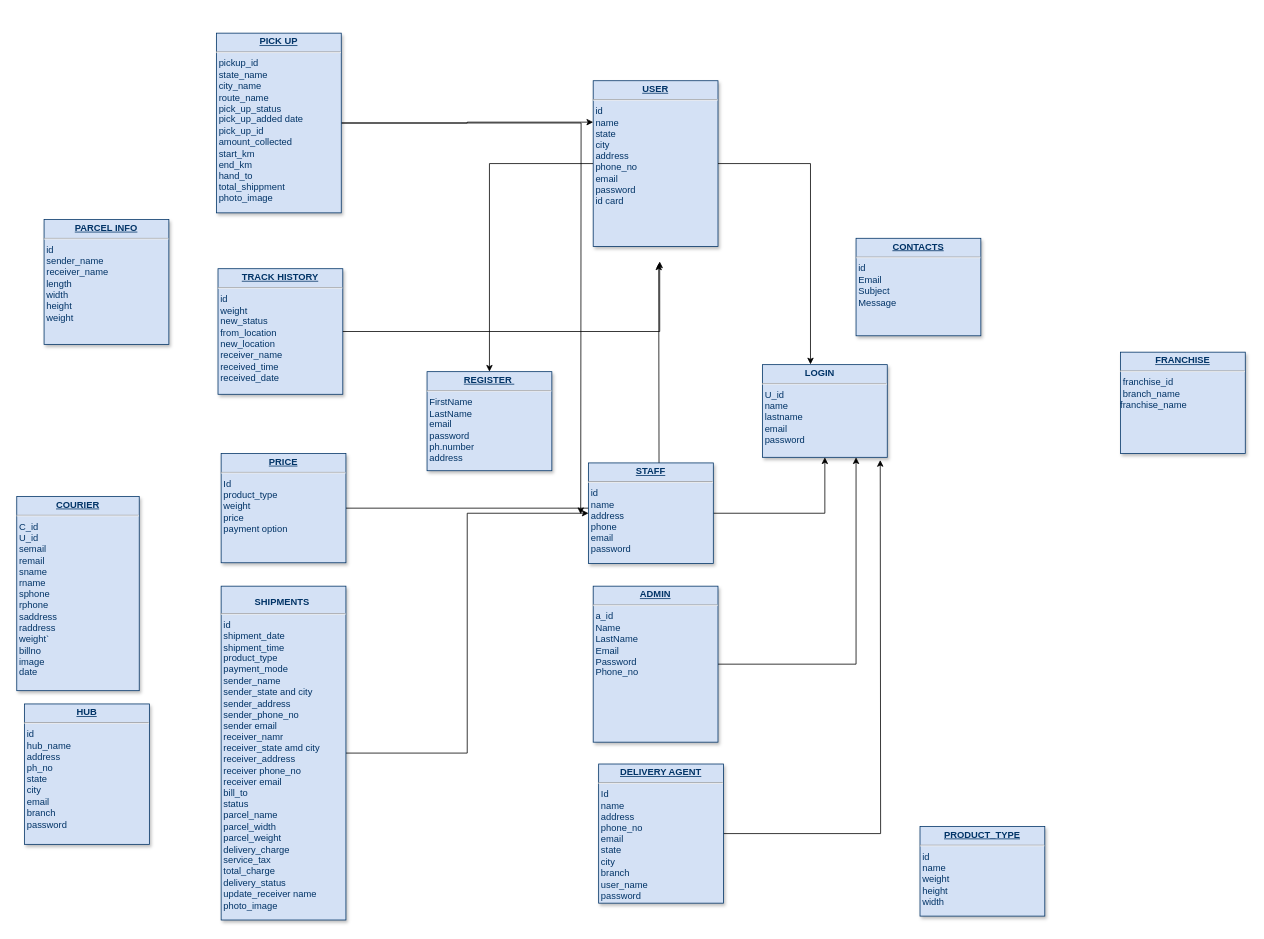
Above: Untitled Diagram.drawio in Manjima277/tic (draw.io), before the change. Source tidied: cells renumbered, new cells numbered last; positions are measured from the earlier drawing's top-left corner, leaving out a move shared by most shapes. Both pictures are drawn from the tidied source at 78%, with x=0, y=0 at pixel (16, 33).
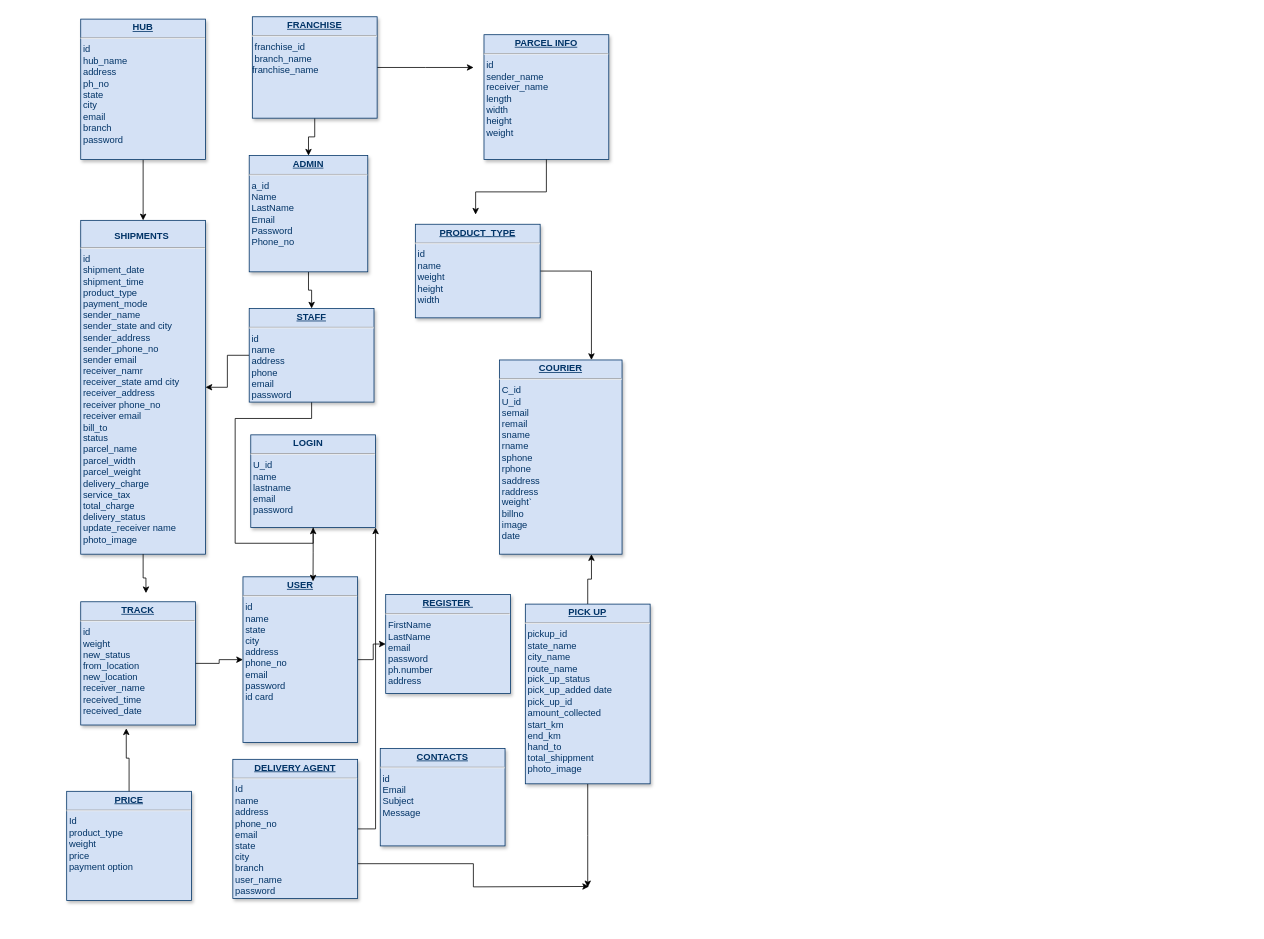
After the change.

The edit, as a diff of the source:
```diff
@@
-    <mxCell id="2" style="edgeStyle=orthogonalEdgeStyle;rounded=0;jettySize=auto;html=1;exitX=1;exitY=0.5;exitDx=0;exitDy=0;" parent="1" edge="1" source="3">
-      <mxGeometry relative="1" as="geometry">
-        <mxPoint x="1107" y="547.3" as="targetPoint" />
-      </mxGeometry>
-    </mxCell>
+    <mxCell id="28" style="edgeStyle=orthogonalEdgeStyle;rounded=0;jettySize=auto;html=1;exitX=1;exitY=0.5;exitDx=0;exitDy=0;entryX=1;entryY=1;entryDx=0;entryDy=0;" parent="1" edge="1" source="3" target="22">
+      <mxGeometry relative="1" as="geometry" />
+    </mxCell>
+    <mxCell id="29" style="edgeStyle=orthogonalEdgeStyle;rounded=0;jettySize=auto;html=1;exitX=1;exitY=0.75;exitDx=0;exitDy=0;" parent="1" edge="1" source="3">
+      <mxGeometry relative="1" as="geometry">
+        <mxPoint x="733.7" y="1094" as="targetPoint" />
+      </mxGeometry>
+    </mxCell>
     <mxCell id="3" value="&lt;p style=&quot;margin: 0px; margin-top: 4px; text-align: center; text-decoration: underline;&quot;&gt;&lt;b&gt;DELIVERY AGENT&lt;/b&gt;&lt;/p&gt;&lt;hr&gt;&amp;nbsp;Id&lt;div&gt;&amp;nbsp;name&lt;/div&gt;&lt;div&gt;&amp;nbsp;address&lt;/div&gt;&lt;div&gt;&amp;nbsp;phone_no&lt;/div&gt;&lt;div&gt;&amp;nbsp;email&lt;/div&gt;&lt;div&gt;&amp;nbsp;state&lt;/div&gt;&lt;div&gt;&amp;nbsp;city&lt;/div&gt;&lt;div&gt;&amp;nbsp;branch&lt;/div&gt;&lt;div&gt;&amp;nbsp;user_name&lt;/div&gt;&lt;div&gt;&amp;nbsp;password&lt;/div&gt;&lt;div&gt;&amp;nbsp;&lt;/div&gt;" style="verticalAlign=top;align=left;overflow=fill;fontSize=12;fontFamily=Helvetica;html=1;strokeColor=#003366;shadow=1;fillColor=#D4E1F5;fontColor=#003366;" parent="1" vertex="1">
-      <mxGeometry x="746" y="937" width="160" height="178.4" as="geometry" />
+      <mxGeometry x="277" y="931" width="160" height="178.4" as="geometry" />
     </mxCell>
     <mxCell id="4" value="&lt;p style=&quot;margin: 0px; margin-top: 4px; text-align: center; text-decoration: underline;&quot;&gt;&lt;b&gt;CONTACTS&lt;/b&gt;&lt;/p&gt;&lt;hr&gt;&amp;nbsp;id&lt;div&gt;&amp;nbsp;Email&lt;/div&gt;&lt;div&gt;&amp;nbsp;Subject&lt;/div&gt;&lt;div&gt;&amp;nbsp;Message&lt;/div&gt;" style="verticalAlign=top;align=left;overflow=fill;fontSize=12;fontFamily=Helvetica;html=1;strokeColor=#003366;shadow=1;fillColor=#D4E1F5;fontColor=#003366;" parent="1" vertex="1">
-      <mxGeometry x="1076" y="263" width="160" height="125" as="geometry" />
+      <mxGeometry x="466" y="917" width="160" height="125" as="geometry" />
     </mxCell>
     <mxCell id="5" value="&lt;p style=&quot;margin: 0px; margin-top: 4px; text-align: center; text-decoration: underline;&quot;&gt;&lt;b&gt;PARCEL INFO&lt;/b&gt;&lt;/p&gt;&lt;hr&gt;&amp;nbsp;id&lt;div&gt;&amp;nbsp;sender_name&lt;/div&gt;&lt;div&gt;&amp;nbsp;receiver_name&lt;/div&gt;&lt;div&gt;&amp;nbsp;length&lt;/div&gt;&lt;div&gt;&amp;nbsp;width&lt;/div&gt;&lt;div&gt;&amp;nbsp;height&amp;nbsp;&lt;/div&gt;&lt;div&gt;&amp;nbsp;weight&lt;/div&gt;" style="verticalAlign=top;align=left;overflow=fill;fontSize=12;fontFamily=Helvetica;html=1;strokeColor=#003366;shadow=1;fillColor=#D4E1F5;fontColor=#003366;" parent="1" vertex="1">
-      <mxGeometry x="35" y="239" width="160" height="160" as="geometry" />
+      <mxGeometry x="599" y="2" width="160" height="160" as="geometry" />
     </mxCell>
-    <mxCell id="6" style="edgeStyle=orthogonalEdgeStyle;rounded=0;jettySize=auto;html=1;entryX=0.5;entryY=0;entryDx=0;entryDy=0;" parent="1" edge="1" source="7" target="21">
+    <mxCell id="6" style="edgeStyle=orthogonalEdgeStyle;rounded=0;jettySize=auto;html=1;exitX=1;exitY=0.5;exitDx=0;exitDy=0;" parent="1" edge="1" source="7" target="21">
       <mxGeometry relative="1" as="geometry" />
     </mxCell>
     <mxCell id="7" value="&lt;p style=&quot;margin: 0px; margin-top: 4px; text-align: center; text-decoration: underline;&quot;&gt;&lt;b&gt;USER&lt;/b&gt;&lt;/p&gt;&lt;hr&gt;&amp;nbsp;id&lt;div&gt;&amp;nbsp;name&lt;/div&gt;&lt;div&gt;&amp;nbsp;state&lt;/div&gt;&lt;div&gt;&amp;nbsp;city&lt;/div&gt;&lt;div&gt;&amp;nbsp;address&lt;/div&gt;&lt;div&gt;&amp;nbsp;phone_no&lt;/div&gt;&lt;div&gt;&amp;nbsp;email&lt;/div&gt;&lt;div&gt;&amp;nbsp;password&lt;/div&gt;&lt;div&gt;&amp;nbsp;id card&lt;/div&gt;&lt;div&gt;&amp;nbsp;&lt;/div&gt;" style="verticalAlign=top;align=left;overflow=fill;fontSize=12;fontFamily=Helvetica;html=1;strokeColor=#003366;shadow=1;fillColor=#D4E1F5;fontColor=#003366;" parent="1" vertex="1">
-      <mxGeometry x="739" y="61" width="160" height="212.4" as="geometry" />
+      <mxGeometry x="290" y="697" width="147" height="212.4" as="geometry" />
     </mxCell>
     <mxCell id="8" value="&lt;p style=&quot;margin: 0px; margin-top: 4px; text-align: center; text-decoration: underline;&quot;&gt;&lt;b&gt;COURIER&lt;/b&gt;&lt;/p&gt;&lt;hr&gt;&amp;nbsp;C_id&lt;div&gt;&amp;nbsp;U_id&lt;/div&gt;&lt;div&gt;&amp;nbsp;&lt;span style=&quot;background-color: initial;&quot;&gt;semail&lt;/span&gt;&lt;/div&gt;&lt;div&gt;&amp;nbsp;remail&lt;/div&gt;&lt;div&gt;&amp;nbsp;sname&lt;/div&gt;&lt;div&gt;&amp;nbsp;rname&lt;/div&gt;&lt;div&gt;&amp;nbsp;sphone&lt;/div&gt;&lt;div&gt;&amp;nbsp;rphone&lt;/div&gt;&lt;div&gt;&amp;nbsp;saddress&lt;/div&gt;&lt;div&gt;&amp;nbsp;raddress&lt;/div&gt;&lt;div&gt;&amp;nbsp;weight`&amp;nbsp;&lt;/div&gt;&lt;div&gt;&amp;nbsp;billno&lt;/div&gt;&lt;div&gt;&amp;nbsp;image&lt;/div&gt;&lt;div&gt;&amp;nbsp;date&lt;/div&gt;" style="verticalAlign=top;align=left;overflow=fill;fontSize=12;fontFamily=Helvetica;html=1;strokeColor=#003366;shadow=1;fillColor=#D4E1F5;fontColor=#003366;" parent="1" vertex="1">
-      <mxGeometry y="594" width="157" height="249" as="geometry" />
+      <mxGeometry x="619" y="419" width="157" height="249" as="geometry" />
     </mxCell>
-    <mxCell id="9" style="edgeStyle=orthogonalEdgeStyle;rounded=0;jettySize=auto;html=1;exitX=1;exitY=0.5;exitDx=0;exitDy=0;entryX=0;entryY=0.25;entryDx=0;entryDy=0;" parent="1" edge="1" source="11" target="7">
-      <mxGeometry relative="1" as="geometry" />
-    </mxCell>
-    <mxCell id="10" style="edgeStyle=orthogonalEdgeStyle;rounded=0;jettySize=auto;html=1;" parent="1" edge="1" source="11">
-      <mxGeometry relative="1" as="geometry">
-        <mxPoint x="723" y="616.7" as="targetPoint" />
-      </mxGeometry>
-    </mxCell>
+    <mxCell id="30" style="edgeStyle=orthogonalEdgeStyle;rounded=0;jettySize=auto;html=1;exitX=0.5;exitY=0;exitDx=0;exitDy=0;entryX=0.75;entryY=1;entryDx=0;entryDy=0;" parent="1" edge="1" source="11" target="8">
+      <mxGeometry relative="1" as="geometry" />
+    </mxCell>
+    <mxCell id="31" style="edgeStyle=orthogonalEdgeStyle;rounded=0;jettySize=auto;html=1;" parent="1" edge="1" source="11">
+      <mxGeometry relative="1" as="geometry">
+        <mxPoint x="732" y="1095" as="targetPoint" />
+      </mxGeometry>
+    </mxCell>
     <mxCell id="11" value="&lt;p style=&quot;margin: 0px; margin-top: 4px; text-align: center; text-decoration: underline;&quot;&gt;&lt;b&gt;PICK UP&lt;/b&gt;&lt;/p&gt;&lt;hr&gt;&amp;nbsp;pickup_id&amp;nbsp;&lt;div&gt;&amp;nbsp;state_name&lt;/div&gt;&lt;div&gt;&amp;nbsp;city_name&lt;/div&gt;&lt;div&gt;&amp;nbsp;route_name&lt;/div&gt;&lt;div&gt;&amp;nbsp;pick_up_status&lt;/div&gt;&lt;div&gt;&amp;nbsp;pick_up_added date&lt;/div&gt;&lt;div&gt;&amp;nbsp;pick_up_id&lt;/div&gt;&lt;div&gt;&amp;nbsp;amount_collected&lt;/div&gt;&lt;div&gt;&amp;nbsp;start_km&lt;/div&gt;&lt;div&gt;&amp;nbsp;end_km&lt;/div&gt;&lt;div&gt;&amp;nbsp;hand_to&lt;/div&gt;&lt;div&gt;&amp;nbsp;total_shippment&lt;/div&gt;&lt;div&gt;&amp;nbsp;photo_image&lt;/div&gt;" style="verticalAlign=top;align=left;overflow=fill;fontSize=12;fontFamily=Helvetica;html=1;strokeColor=#003366;shadow=1;fillColor=#D4E1F5;fontColor=#003366;" parent="1" vertex="1">
-      <mxGeometry x="256" width="160" height="230.4" as="geometry" />
+      <mxGeometry x="652" y="732" width="160" height="230.4" as="geometry" />
     </mxCell>
-    <mxCell id="12" style="edgeStyle=orthogonalEdgeStyle;rounded=0;jettySize=auto;html=1;entryX=0;entryY=0.5;entryDx=0;entryDy=0;" parent="1" edge="1" source="13" target="25">
-      <mxGeometry relative="1" as="geometry" />
-    </mxCell>
     <mxCell id="13" value="&amp;nbsp; &amp;nbsp; &amp;nbsp; &amp;nbsp; &amp;nbsp; &amp;nbsp;&lt;div&gt;&amp;nbsp; &amp;nbsp; &amp;nbsp; &amp;nbsp; &amp;nbsp; &amp;nbsp; &lt;b&gt;&amp;nbsp;SHIPMENTS&lt;/b&gt;&lt;/div&gt;&lt;hr&gt;&amp;nbsp;id&lt;div&gt;&amp;nbsp;shipment_date&lt;/div&gt;&lt;div&gt;&amp;nbsp;shipment_time&lt;/div&gt;&lt;div&gt;&amp;nbsp;product_type&lt;/div&gt;&lt;div&gt;&amp;nbsp;payment_mode&lt;/div&gt;&lt;div&gt;&amp;nbsp;sender_name&lt;/div&gt;&lt;div&gt;&amp;nbsp;sender_state and city&lt;/div&gt;&lt;div&gt;&amp;nbsp;sender_address&lt;/div&gt;&lt;div&gt;&amp;nbsp;sender_phone_no&lt;/div&gt;&lt;div&gt;&amp;nbsp;sender email&lt;/div&gt;&lt;div&gt;&amp;nbsp;receiver_namr&lt;/div&gt;&lt;div&gt;&amp;nbsp;receiver_state amd city&lt;/div&gt;&lt;div&gt;&amp;nbsp;receiver_address&lt;/div&gt;&lt;div&gt;&amp;nbsp;receiver phone_no&lt;/div&gt;&lt;div&gt;&amp;nbsp;receiver email&lt;/div&gt;&lt;div&gt;&amp;nbsp;bill_to&lt;/div&gt;&lt;div&gt;&amp;nbsp;status&lt;/div&gt;&lt;div&gt;&amp;nbsp;parcel_name&lt;/div&gt;&lt;div&gt;&amp;nbsp;parcel_width&lt;/div&gt;&lt;div&gt;&amp;nbsp;parcel_weight&lt;/div&gt;&lt;div&gt;&amp;nbsp;delivery_charge&lt;/div&gt;&lt;div&gt;&amp;nbsp;service_tax&lt;/div&gt;&lt;div&gt;&amp;nbsp;total_charge&lt;/div&gt;&lt;div&gt;&amp;nbsp;delivery_status&lt;/div&gt;&lt;div&gt;&amp;nbsp;update_receiver name&lt;/div&gt;&lt;div&gt;&amp;nbsp;photo_image&lt;/div&gt;&lt;div&gt;&amp;nbsp;&lt;/div&gt;&lt;div&gt;&lt;br&gt;&lt;/div&gt;" style="verticalAlign=top;align=left;overflow=fill;fontSize=12;fontFamily=Helvetica;html=1;strokeColor=#003366;shadow=1;fillColor=#D4E1F5;fontColor=#003366;" parent="1" vertex="1">
-      <mxGeometry x="262" y="709" width="160" height="428" as="geometry" />
+      <mxGeometry x="82" y="240" width="160" height="428" as="geometry" />
     </mxCell>
+    <mxCell id="32" style="edgeStyle=orthogonalEdgeStyle;rounded=0;jettySize=auto;html=1;exitX=0.5;exitY=1;exitDx=0;exitDy=0;entryX=0.5;entryY=0;entryDx=0;entryDy=0;" parent="1" edge="1" source="14" target="13">
+      <mxGeometry relative="1" as="geometry" />
+    </mxCell>
     <mxCell id="14" value="&lt;p style=&quot;margin: 0px; margin-top: 4px; text-align: center; text-decoration: underline;&quot;&gt;&lt;b&gt;HUB&lt;/b&gt;&lt;/p&gt;&lt;hr&gt;&amp;nbsp;id&lt;div&gt;&amp;nbsp;hub_name&lt;/div&gt;&lt;div&gt;&amp;nbsp;address&lt;/div&gt;&lt;div&gt;&amp;nbsp;ph_no&lt;/div&gt;&lt;div&gt;&amp;nbsp;state&lt;/div&gt;&lt;div&gt;&amp;nbsp;city&lt;/div&gt;&lt;div&gt;&amp;nbsp;email&lt;/div&gt;&lt;div&gt;&amp;nbsp;branch&lt;/div&gt;&lt;div&gt;&amp;nbsp;password&lt;/div&gt;" style="verticalAlign=top;align=left;overflow=fill;fontSize=12;fontFamily=Helvetica;html=1;strokeColor=#003366;shadow=1;fillColor=#D4E1F5;fontColor=#003366;" parent="1" vertex="1">
-      <mxGeometry x="10" y="860" width="160" height="180" as="geometry" />
+      <mxGeometry x="82" y="-18" width="160" height="180" as="geometry" />
     </mxCell>
-    <mxCell id="15" style="edgeStyle=orthogonalEdgeStyle;rounded=0;jettySize=auto;html=1;entryX=0.75;entryY=1;entryDx=0;entryDy=0;" parent="1" edge="1" source="16" target="22">
-      <mxGeometry relative="1" as="geometry" />
-    </mxCell>
+    <mxCell id="33" style="edgeStyle=orthogonalEdgeStyle;rounded=0;jettySize=auto;html=1;exitX=0.5;exitY=1;exitDx=0;exitDy=0;entryX=0.5;entryY=0;entryDx=0;entryDy=0;" parent="1" edge="1" source="16" target="25">
+      <mxGeometry relative="1" as="geometry" />
+    </mxCell>
     <mxCell id="16" value="&lt;p style=&quot;margin: 0px; margin-top: 4px; text-align: center; text-decoration: underline;&quot;&gt;&lt;b&gt;ADMIN&lt;/b&gt;&lt;/p&gt;&lt;hr&gt;&amp;nbsp;a_id&lt;div&gt;&amp;nbsp;Name&amp;nbsp;&lt;/div&gt;&lt;div&gt;&amp;nbsp;LastName&lt;/div&gt;&lt;div&gt;&amp;nbsp;Email&lt;/div&gt;&lt;div&gt;&amp;nbsp;Password&lt;/div&gt;&lt;div&gt;&amp;nbsp;Phone_no&lt;br&gt;&lt;br&gt;&lt;/div&gt;" style="verticalAlign=top;align=left;overflow=fill;fontSize=12;fontFamily=Helvetica;html=1;strokeColor=#003366;shadow=1;fillColor=#D4E1F5;fontColor=#003366;" parent="1" vertex="1">
-      <mxGeometry x="739" y="709" width="160" height="200" as="geometry" />
+      <mxGeometry x="298" y="157" width="152" height="149" as="geometry" />
     </mxCell>
+    <mxCell id="34" style="edgeStyle=orthogonalEdgeStyle;rounded=0;jettySize=auto;html=1;exitX=0.5;exitY=1;exitDx=0;exitDy=0;entryX=0.5;entryY=0;entryDx=0;entryDy=0;" parent="1" edge="1" source="17" target="16">
+      <mxGeometry relative="1" as="geometry" />
+    </mxCell>
+    <mxCell id="35" style="edgeStyle=orthogonalEdgeStyle;rounded=0;jettySize=auto;html=1;exitX=1;exitY=0.5;exitDx=0;exitDy=0;" parent="1" edge="1" source="17">
+      <mxGeometry relative="1" as="geometry">
+        <mxPoint x="585.7" y="44" as="targetPoint" />
+      </mxGeometry>
+    </mxCell>
     <mxCell id="17" value="&lt;p style=&quot;margin: 0px; margin-top: 4px; text-align: center; text-decoration: underline;&quot;&gt;&lt;b&gt;FRANCHISE&lt;/b&gt;&lt;/p&gt;&lt;hr&gt;&amp;nbsp;franchise_id&lt;div&gt;&amp;nbsp;branch_name&lt;/div&gt;&lt;div&gt;franchise_name&lt;/div&gt;" style="verticalAlign=top;align=left;overflow=fill;fontSize=12;fontFamily=Helvetica;html=1;strokeColor=#003366;shadow=1;fillColor=#D4E1F5;fontColor=#003366;" parent="1" vertex="1">
-      <mxGeometry x="1415" y="409" width="160" height="130" as="geometry" />
+      <mxGeometry x="302" y="-21" width="160" height="130" as="geometry" />
     </mxCell>
+    <mxCell id="36" style="edgeStyle=orthogonalEdgeStyle;rounded=0;jettySize=auto;html=1;exitX=1;exitY=0.5;exitDx=0;exitDy=0;entryX=0.75;entryY=0;entryDx=0;entryDy=0;" parent="1" edge="1" source="18" target="8">
+      <mxGeometry relative="1" as="geometry" />
+    </mxCell>
     <mxCell id="18" value="&lt;p style=&quot;margin: 0px; margin-top: 4px; text-align: center; text-decoration: underline;&quot;&gt;&lt;b&gt;PRODUCT_TYPE&lt;/b&gt;&lt;/p&gt;&lt;hr&gt;&amp;nbsp;id&lt;div&gt;&amp;nbsp;name&lt;/div&gt;&lt;div&gt;&amp;nbsp;weight&lt;/div&gt;&lt;div&gt;&amp;nbsp;height&lt;/div&gt;&lt;div&gt;&amp;nbsp;width&lt;/div&gt;" style="verticalAlign=top;align=left;overflow=fill;fontSize=12;fontFamily=Helvetica;html=1;strokeColor=#003366;shadow=1;fillColor=#D4E1F5;fontColor=#003366;" parent="1" vertex="1">
-      <mxGeometry x="1158" y="1017" width="160" height="115" as="geometry" />
+      <mxGeometry x="511" y="245" width="160" height="120" as="geometry" />
     </mxCell>
-    <mxCell id="19" style="edgeStyle=orthogonalEdgeStyle;rounded=0;jettySize=auto;html=1;" parent="1" edge="1" source="20">
-      <mxGeometry relative="1" as="geometry">
-        <mxPoint x="823" y="295.3" as="targetPoint" />
-      </mxGeometry>
-    </mxCell>
     <mxCell id="20" value="&lt;p style=&quot;margin: 0px; margin-top: 4px; text-align: center; text-decoration: underline;&quot;&gt;&lt;b&gt;PRICE&lt;/b&gt;&lt;/p&gt;&lt;hr&gt;&amp;nbsp;Id&lt;div&gt;&amp;nbsp;product_type&lt;/div&gt;&lt;div&gt;&amp;nbsp;weight&lt;/div&gt;&lt;div&gt;&amp;nbsp;price&lt;/div&gt;&lt;div&gt;&amp;nbsp;payment option&lt;/div&gt;" style="verticalAlign=top;align=left;overflow=fill;fontSize=12;fontFamily=Helvetica;html=1;strokeColor=#003366;shadow=1;fillColor=#D4E1F5;fontColor=#003366;" parent="1" vertex="1">
-      <mxGeometry x="262" y="539" width="160" height="140" as="geometry" />
+      <mxGeometry x="64" y="972" width="160" height="140" as="geometry" />
     </mxCell>
     <mxCell id="21" value="&lt;p style=&quot;margin: 0px; margin-top: 4px; text-align: center; text-decoration: underline;&quot;&gt;&lt;b&gt;REGISTER&amp;nbsp;&lt;/b&gt;&lt;/p&gt;&lt;hr&gt;&amp;nbsp;FirstName&lt;div&gt;&amp;nbsp;LastName&lt;/div&gt;&lt;div&gt;&amp;nbsp;email&lt;/div&gt;&lt;div&gt;&amp;nbsp;password&lt;/div&gt;&lt;div&gt;&amp;nbsp;ph.number&lt;/div&gt;&lt;div&gt;&amp;nbsp;address&lt;/div&gt;&lt;div&gt;&amp;nbsp;&lt;/div&gt;" style="verticalAlign=top;align=left;overflow=fill;fontSize=12;fontFamily=Helvetica;html=1;strokeColor=#003366;shadow=1;fillColor=#D4E1F5;fontColor=#003366;" parent="1" vertex="1">
-      <mxGeometry x="526" y="434" width="160" height="127" as="geometry" />
+      <mxGeometry x="473" y="719.7" width="160" height="127" as="geometry" />
     </mxCell>
     <mxCell id="22" value="&lt;p style=&quot;margin: 0px ; margin-top: 4px ; text-align: center ; text-decoration: underline&quot;&gt;&lt;/p&gt;&lt;p style=&quot;margin: 0px ; margin-left: 8px&quot;&gt;&amp;nbsp; &amp;nbsp; &amp;nbsp; &amp;nbsp; &amp;nbsp; &amp;nbsp; &amp;nbsp; &lt;b&gt;LOGIN&lt;/b&gt;&lt;/p&gt;&lt;hr&gt;&amp;nbsp;U_id&lt;div&gt;&amp;nbsp;name&lt;/div&gt;&lt;div&gt;&amp;nbsp;lastname&lt;/div&gt;&lt;div&gt;&amp;nbsp;email&lt;/div&gt;&lt;div&gt;&amp;nbsp;password&lt;/div&gt;&lt;div&gt;&lt;br&gt;&lt;/div&gt;" style="verticalAlign=top;align=left;overflow=fill;fontSize=12;fontFamily=Helvetica;html=1;strokeColor=#003366;shadow=1;fillColor=#D4E1F5;fontColor=#003366;" parent="1" vertex="1">
-      <mxGeometry x="956" y="425" width="160" height="118.8" as="geometry" />
+      <mxGeometry x="300" y="515" width="160" height="118.8" as="geometry" />
     </mxCell>
-    <mxCell id="23" value="&lt;p style=&quot;margin: 0px; margin-top: 4px; text-align: center; text-decoration: underline;&quot;&gt;&lt;b&gt;TRACK HISTORY&lt;/b&gt;&lt;/p&gt;&lt;hr&gt;&amp;nbsp;id&lt;div&gt;&amp;nbsp;weight&lt;/div&gt;&lt;div&gt;&amp;nbsp;new_status&lt;/div&gt;&lt;div&gt;&amp;nbsp;from_location&lt;/div&gt;&lt;div&gt;&amp;nbsp;new_location&lt;/div&gt;&lt;div&gt;&amp;nbsp;receiver_name&lt;/div&gt;&lt;div&gt;&amp;nbsp;received_time&lt;/div&gt;&lt;div&gt;&amp;nbsp;received_date&lt;/div&gt;&lt;div&gt;&amp;nbsp;&lt;br&gt;&lt;div&gt;&amp;nbsp;&lt;/div&gt;&lt;/div&gt;" style="verticalAlign=top;align=left;overflow=fill;fontSize=12;fontFamily=Helvetica;html=1;strokeColor=#003366;shadow=1;fillColor=#D4E1F5;fontColor=#003366;" parent="1" vertex="1">
-      <mxGeometry x="258" y="302" width="160" height="161" as="geometry" />
-    </mxCell>
-    <mxCell id="24" style="edgeStyle=orthogonalEdgeStyle;rounded=0;jettySize=auto;html=1;exitX=1;exitY=0.5;exitDx=0;exitDy=0;entryX=0.5;entryY=1;entryDx=0;entryDy=0;" parent="1" edge="1" source="25" target="22">
-      <mxGeometry relative="1" as="geometry" />
+    <mxCell id="24" style="edgeStyle=orthogonalEdgeStyle;rounded=0;jettySize=auto;html=1;exitX=0.5;exitY=1;exitDx=0;exitDy=0;entryX=0.5;entryY=1;entryDx=0;entryDy=0;" parent="1" edge="1" source="25" target="22">
+      <mxGeometry relative="1" as="geometry">
+        <Array as="points">
+          <mxPoint x="378" y="494" />
+          <mxPoint x="280" y="494" />
+          <mxPoint x="280" y="654" />
+          <mxPoint x="380" y="654" />
+        </Array>
+      </mxGeometry>
     </mxCell>
+    <mxCell id="37" style="edgeStyle=orthogonalEdgeStyle;rounded=0;jettySize=auto;html=1;exitX=0;exitY=0.5;exitDx=0;exitDy=0;" parent="1" edge="1" source="25" target="13">
+      <mxGeometry relative="1" as="geometry" />
+    </mxCell>
     <mxCell id="25" value="&lt;p style=&quot;margin: 0px; margin-top: 4px; text-align: center; text-decoration: underline;&quot;&gt;&lt;b&gt;STAFF&lt;/b&gt;&lt;/p&gt;&lt;hr&gt;&amp;nbsp;id&lt;div&gt;&amp;nbsp;name&lt;/div&gt;&lt;div&gt;&amp;nbsp;address&lt;/div&gt;&lt;div&gt;&amp;nbsp;phone&lt;/div&gt;&lt;div&gt;&amp;nbsp;email&lt;/div&gt;&lt;div&gt;&amp;nbsp;password&lt;/div&gt;" style="verticalAlign=top;align=left;overflow=fill;fontSize=12;fontFamily=Helvetica;html=1;strokeColor=#003366;shadow=1;fillColor=#D4E1F5;fontColor=#003366;" parent="1" vertex="1">
-      <mxGeometry x="733" y="551" width="160" height="129" as="geometry" />
+      <mxGeometry x="298" y="353" width="160" height="120" as="geometry" />
     </mxCell>
-    <mxCell id="26" style="edgeStyle=orthogonalEdgeStyle;rounded=0;jettySize=auto;html=1;entryX=0.385;entryY=-0.003;entryDx=0;entryDy=0;entryPerimeter=0;" parent="1" edge="1" source="7" target="22">
-      <mxGeometry relative="1" as="geometry" />
-    </mxCell>
-    <mxCell id="27" style="edgeStyle=orthogonalEdgeStyle;rounded=0;jettySize=auto;html=1;entryX=0.533;entryY=1.091;entryDx=0;entryDy=0;entryPerimeter=0;" parent="1" edge="1" source="23" target="7">
-      <mxGeometry relative="1" as="geometry">
-        <Array as="points">
-          <mxPoint x="824" y="383" />
-        </Array>
-      </mxGeometry>
-    </mxCell>
+    <mxCell id="38" style="edgeStyle=orthogonalEdgeStyle;rounded=0;jettySize=auto;html=1;exitX=1;exitY=0.5;exitDx=0;exitDy=0;entryX=0;entryY=0.5;entryDx=0;entryDy=0;" parent="1" edge="1" source="39" target="7">
+      <mxGeometry relative="1" as="geometry" />
+    </mxCell>
+    <mxCell id="39" value="&lt;p style=&quot;margin: 0px; margin-top: 4px; text-align: center; text-decoration: underline;&quot;&gt;&lt;b&gt;TRACK&lt;/b&gt;&lt;/p&gt;&lt;hr&gt;&amp;nbsp;id&lt;div&gt;&amp;nbsp;weight&lt;/div&gt;&lt;div&gt;&amp;nbsp;new_status&lt;/div&gt;&lt;div&gt;&amp;nbsp;from_location&lt;/div&gt;&lt;div&gt;&amp;nbsp;new_location&lt;/div&gt;&lt;div&gt;&amp;nbsp;receiver_name&lt;/div&gt;&lt;div&gt;&amp;nbsp;received_time&lt;/div&gt;&lt;div&gt;&amp;nbsp;received_date&lt;/div&gt;" style="verticalAlign=top;align=left;overflow=fill;fontSize=12;fontFamily=Helvetica;html=1;strokeColor=#003366;shadow=1;fillColor=#D4E1F5;fontColor=#003366;" parent="1" vertex="1">
+      <mxGeometry x="82" y="729" width="147" height="158" as="geometry" />
+    </mxCell>
+    <mxCell id="40" style="edgeStyle=orthogonalEdgeStyle;rounded=0;jettySize=auto;html=1;entryX=0.611;entryY=0.028;entryDx=0;entryDy=0;entryPerimeter=0;" parent="1" edge="1" source="22" target="7">
+      <mxGeometry relative="1" as="geometry" />
+    </mxCell>
+    <mxCell id="41" style="edgeStyle=orthogonalEdgeStyle;rounded=0;jettySize=auto;html=1;exitX=0.5;exitY=1;exitDx=0;exitDy=0;entryX=0.569;entryY=-0.07;entryDx=0;entryDy=0;entryPerimeter=0;" parent="1" edge="1" source="13" target="39">
+      <mxGeometry relative="1" as="geometry" />
+    </mxCell>
+    <mxCell id="42" style="edgeStyle=orthogonalEdgeStyle;rounded=0;jettySize=auto;html=1;exitX=0.5;exitY=0;exitDx=0;exitDy=0;entryX=0.397;entryY=1.027;entryDx=0;entryDy=0;entryPerimeter=0;" parent="1" edge="1" source="20" target="39">
+      <mxGeometry relative="1" as="geometry" />
+    </mxCell>
+    <mxCell id="43" style="edgeStyle=orthogonalEdgeStyle;rounded=0;jettySize=auto;html=1;exitX=0.5;exitY=1;exitDx=0;exitDy=0;entryX=0.483;entryY=-0.103;entryDx=0;entryDy=0;entryPerimeter=0;" parent="1" edge="1" source="5" target="18">
+      <mxGeometry relative="1" as="geometry" />
+    </mxCell>
```
